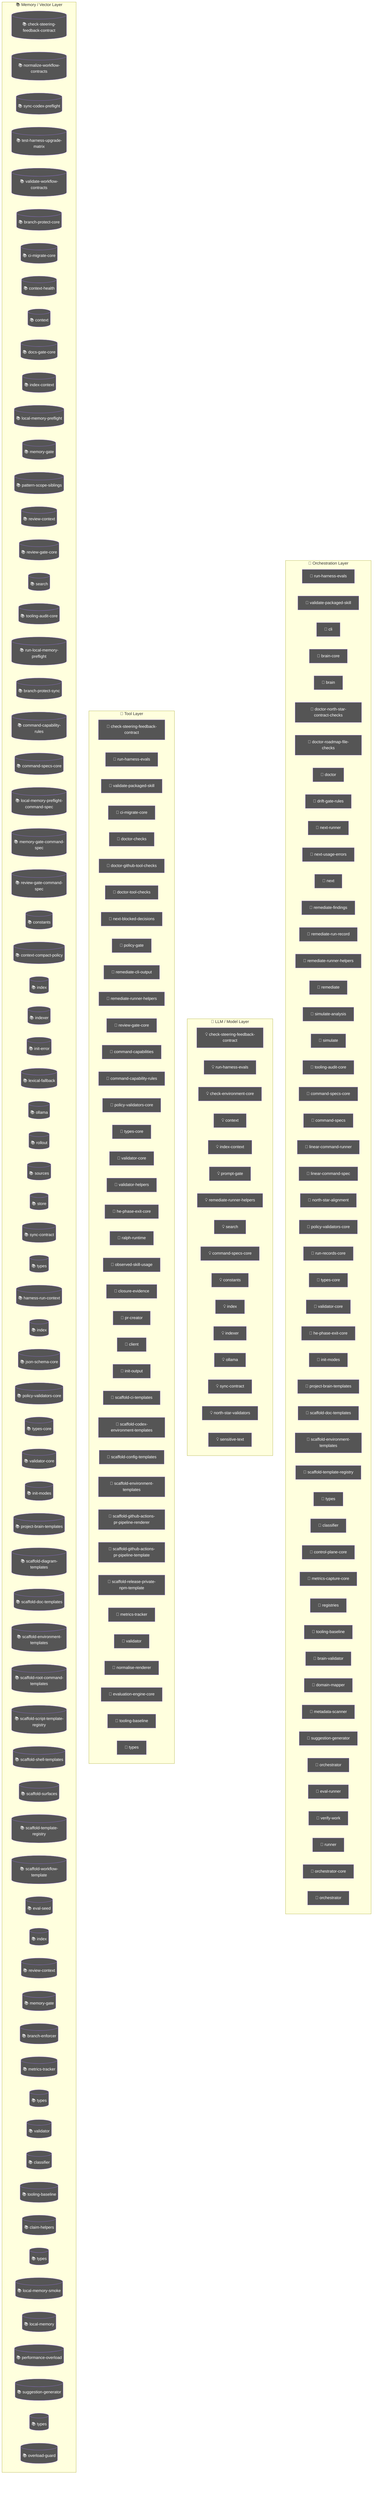
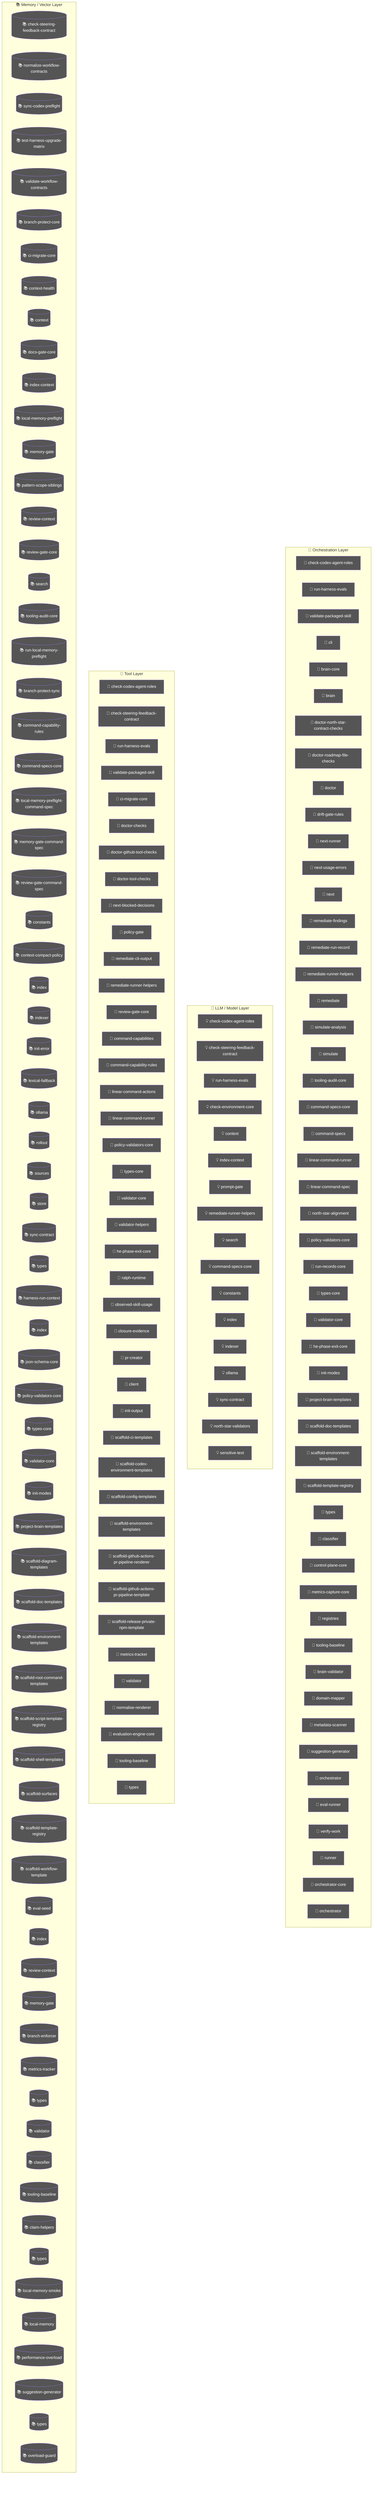
flowchart TD
  subgraph Orchestration["🎯 Orchestration Layer"]
+     node_agent_mmd_orchestration_layer_orchestration_chec_7a9f0b64["🤖 check-codex-agent-roles"]
    node_agent_mmd_orchestration_layer_orchestration_run__18817957["🤖 run-harness-evals"]
    node_agent_mmd_orchestration_layer_orchestration_vali_c01b04be["🤖 validate-packaged-skill"]
    cli_99bb8840["🤖 cli"]
    brain_core_aa07c380["🤖 brain-core"]
    brain_bbbf7a64["🤖 brain"]
    doctor_north_star_contract_checks_0048124c["🤖 doctor-north-star-contract-checks"]
    doctor_roadmap_file_checks_14447b8e["🤖 doctor-roadmap-file-checks"]
    doctor_72f4be89["🤖 doctor"]
    drift_gate_rules_9685e72d["🤖 drift-gate-rules"]
    next_runner_41643472["🤖 next-runner"]
    next_usage_errors_837a345a["🤖 next-usage-errors"]
    next_c6c1c9a9["🤖 next"]
    remediate_findings_8b09c8c6["🤖 remediate-findings"]
    remediate_run_record_9dfe5dc1["🤖 remediate-run-record"]
    node_agent_mmd_orchestration_layer_orchestration_reme_359fe98f["🤖 remediate-runner-helpers"]
    remediate_06b9c7fc["🤖 remediate"]
    simulate_analysis_164a460c["🤖 simulate-analysis"]
    simulate_b9efe395["🤖 simulate"]
    node_agent_mmd_orchestration_layer_orchestration_tool_acfe0c01["🤖 tooling-audit-core"]
    node_agent_mmd_orchestration_layer_orchestration_comm_1f8cc24c["🤖 command-specs-core"]
    command_specs_69167c63["🤖 command-specs"]
-     linear_command_runner_4a740dfc["🤖 linear-command-runner"]
+     node_agent_mmd_orchestration_layer_orchestration_line_b67affd5["🤖 linear-command-runner"]
    linear_command_spec_1e12dd44["🤖 linear-command-spec"]
    north_star_alignment_00440188["🤖 north-star-alignment"]
    node_agent_mmd_orchestration_layer_orchestration_poli_3270b55d["🤖 policy-validators-core"]
    run_records_core_89286dfa["🤖 run-records-core"]
    node_agent_mmd_orchestration_layer_orchestration_type_7cf81261["🤖 types-core"]
    node_agent_mmd_orchestration_layer_orchestration_vali_d9fe99e6["🤖 validator-core"]
    node_agent_mmd_orchestration_layer_orchestration_he_p_fc778c24["🤖 he-phase-exit-core"]
    node_agent_mmd_orchestration_layer_orchestration_init_2a9c3ecb["🤖 init-modes"]
    node_agent_mmd_orchestration_layer_orchestration_proj_6ab6f60f["🤖 project-brain-templates"]
    node_agent_mmd_orchestration_layer_orchestration_scaf_12cc07db["🤖 scaffold-doc-templates"]
    node_agent_mmd_orchestration_layer_orchestration_scaf_c9a90c2f["🤖 scaffold-environment-templates"]
    node_agent_mmd_orchestration_layer_orchestration_scaf_ff8f92f6["🤖 scaffold-template-registry"]
    types_8_f6283648["🤖 types"]
    node_agent_mmd_orchestration_layer_orchestration_clas_899b821a["🤖 classifier"]
    control_plane_core_db3b4cb2["🤖 control-plane-core"]
    metrics_capture_core_db4bf7cf["🤖 metrics-capture-core"]
    registries_06402afa["🤖 registries"]
    node_agent_mmd_orchestration_layer_orchestration_tool_cc43149f["🤖 tooling-baseline"]
    brain_validator_be251832["🤖 brain-validator"]
    domain_mapper_cd9333d2["🤖 domain-mapper"]
    metadata_scanner_6a101b66["🤖 metadata-scanner"]
    node_agent_mmd_orchestration_layer_orchestration_sugg_85c5ebe3["🤖 suggestion-generator"]
    orchestrator_11376b7e["🤖 orchestrator"]
    eval_runner_0966a6b3["🤖 eval-runner"]
    verify_work_1_cd8e7ec3["🤖 verify-work"]
    runner_527aa9f4["🤖 runner"]
    orchestrator_core_d0678b53["🤖 orchestrator-core"]
    orchestrator_1_6b7137c5["🤖 orchestrator"]
  end
  subgraph LLMLayer["🧠 LLM / Model Layer"]
+     node_agent_mmd_llm_model_layer_llmlayer_check_codex_a_29e7b7fa["💡 check-codex-agent-roles"]
    node_agent_mmd_llm_model_layer_llmlayer_check_steerin_a7dbbd2f["💡 check-steering-feedback-contract"]
    node_agent_mmd_llm_model_layer_llmlayer_run_harness_e_603fcfdc["💡 run-harness-evals"]
    check_environment_core_2c16213f["💡 check-environment-core"]
    node_agent_mmd_llm_model_layer_llmlayer_context_conte_ad2dfbd9["💡 context"]
    node_agent_mmd_llm_model_layer_llmlayer_index_context_1041bd11["💡 index-context"]
    prompt_gate_c5e9d207["💡 prompt-gate"]
    node_agent_mmd_llm_model_layer_llmlayer_remediate_run_9e3d4585["💡 remediate-runner-helpers"]
    node_agent_mmd_llm_model_layer_llmlayer_search_search_66b9a911["💡 search"]
    node_agent_mmd_llm_model_layer_llmlayer_command_specs_782af9fa["💡 command-specs-core"]
    node_agent_mmd_llm_model_layer_llmlayer_constants_con_c9bd3f6c["💡 constants"]
    node_agent_mmd_llm_model_layer_llmlayer_index_index_1_02e160ff["💡 index"]
    node_agent_mmd_llm_model_layer_llmlayer_indexer_index_4f4deef5["💡 indexer"]
    node_agent_mmd_llm_model_layer_llmlayer_ollama_ollama_968b23fa["💡 ollama"]
    node_agent_mmd_llm_model_layer_llmlayer_sync_contract_9f3cc8c1["💡 sync-contract"]
    north_star_validators_cfc926ce["💡 north-star-validators"]
    sensitive_text_7c11f760["💡 sensitive-text"]
  end
  subgraph ToolLayer["🔧 Tool Layer"]
+     node_agent_mmd_tool_layer_toollayer_check_codex_agent_4b361d5a["🔧 check-codex-agent-roles"]
    node_agent_mmd_tool_layer_toollayer_check_steering_fe_84ed22c2["🔧 check-steering-feedback-contract"]
    node_agent_mmd_tool_layer_toollayer_run_harness_evals_e2ee24f1["🔧 run-harness-evals"]
    node_agent_mmd_tool_layer_toollayer_validate_packaged_f6ed6f12["🔧 validate-packaged-skill"]
    node_agent_mmd_tool_layer_toollayer_ci_migrate_core_c_049f8460["🔧 ci-migrate-core"]
    doctor_checks_5a2eb2b9["🔧 doctor-checks"]
    doctor_github_tool_checks_a53b0382["🔧 doctor-github-tool-checks"]
    doctor_tool_checks_4acac51a["🔧 doctor-tool-checks"]
    next_blocked_decisions_4140ad2b["🔧 next-blocked-decisions"]
    policy_gate_213f7313["🔧 policy-gate"]
    remediate_cli_output_cc165396["🔧 remediate-cli-output"]
    node_agent_mmd_tool_layer_toollayer_remediate_runner__c003b871["🔧 remediate-runner-helpers"]
    node_agent_mmd_tool_layer_toollayer_review_gate_core__7704598b["🔧 review-gate-core"]
    command_capabilities_a4d5c71e["🔧 command-capabilities"]
    node_agent_mmd_tool_layer_toollayer_command_capabilit_e97a4615["🔧 command-capability-rules"]
+     linear_command_actions_e430f4f4["🔧 linear-command-actions"]
+     node_agent_mmd_tool_layer_toollayer_linear_command_ru_d6763748["🔧 linear-command-runner"]
    node_agent_mmd_tool_layer_toollayer_policy_validators_af136abf["🔧 policy-validators-core"]
    node_agent_mmd_tool_layer_toollayer_types_core_types__6c8319b6["🔧 types-core"]
    node_agent_mmd_tool_layer_toollayer_validator_core_va_6ef6131f["🔧 validator-core"]
    validator_helpers_7b927667["🔧 validator-helpers"]
    node_agent_mmd_tool_layer_toollayer_he_phase_exit_cor_af016160["🔧 he-phase-exit-core"]
    ralph_runtime_73d63c0e["🔧 ralph-runtime"]
    observed_skill_usage_ed7d5930["🔧 observed-skill-usage"]
    closure_evidence_aaa31467["🔧 closure-evidence"]
    pr_creator_dc6b1ea4["🔧 pr-creator"]
    client_948fe603["🔧 client"]
    init_output_360dce91["🔧 init-output"]
    scaffold_ci_templates_2afd6392["🔧 scaffold-ci-templates"]
    scaffold_codex_environment_templates_334fbbed["🔧 scaffold-codex-environment-templates"]
    scaffold_config_templates_4b80ce53["🔧 scaffold-config-templates"]
    node_agent_mmd_tool_layer_toollayer_scaffold_environm_c1afc013["🔧 scaffold-environment-templates"]
    scaffold_github_actions_pr_pipeline_renderer_1ee18de5["🔧 scaffold-github-actions-pr-pipeline-renderer"]
    scaffold_github_actions_pr_pipeline_template_e2b85f62["🔧 scaffold-github-actions-pr-pipeline-template"]
    scaffold_release_private_npm_template_075499f8["🔧 scaffold-release-private-npm-template"]
    node_agent_mmd_tool_layer_toollayer_metrics_tracker_m_4c9237d8["🔧 metrics-tracker"]
    node_agent_mmd_tool_layer_toollayer_validator_validat_96a84a52["🔧 validator"]
    normalise_renderer_85f2e563["🔧 normalise-renderer"]
    evaluation_engine_core_e054fe49["🔧 evaluation-engine-core"]
    node_agent_mmd_tool_layer_toollayer_tooling_baseline__61e66e9f["🔧 tooling-baseline"]
    types_21_5756f9dc["🔧 types"]
  end
  subgraph MemoryLayer["📚 Memory / Vector Layer"]
    node_agent_mmd_memory_vector_layer_memorylayer_check__d71f8993[("📚 check-steering-feedback-contract")]
    normalize_workflow_contracts_8701f1c8[("📚 normalize-workflow-contracts")]
    sync_codex_preflight_7e7a8dc2[("📚 sync-codex-preflight")]
    test_harness_upgrade_matrix_84113c4e[("📚 test-harness-upgrade-matrix")]
    validate_workflow_contracts_33dc063c[("📚 validate-workflow-contracts")]
    branch_protect_core_a8feb0fd[("📚 branch-protect-core")]
    node_agent_mmd_memory_vector_layer_memorylayer_ci_mig_0cd5b1a4[("📚 ci-migrate-core")]
    context_health_80bb7da9[("📚 context-health")]
    node_agent_mmd_memory_vector_layer_memorylayer_contex_78ceaaa9[("📚 context")]
    docs_gate_core_eb9b6c18[("📚 docs-gate-core")]
    node_agent_mmd_memory_vector_layer_memorylayer_index__6f3402d0[("📚 index-context")]
    local_memory_preflight_dcc36c42[("📚 local-memory-preflight")]
    memory_gate_a577a506[("📚 memory-gate")]
    pattern_scope_siblings_43abe000[("📚 pattern-scope-siblings")]
    review_context_ca6cf81d[("📚 review-context")]
    node_agent_mmd_memory_vector_layer_memorylayer_review_5bee9816[("📚 review-gate-core")]
    node_agent_mmd_memory_vector_layer_memorylayer_search_ac35cb7e[("📚 search")]
    node_agent_mmd_memory_vector_layer_memorylayer_toolin_a1185b8f[("📚 tooling-audit-core")]
    run_local_memory_preflight_36e92808[("📚 run-local-memory-preflight")]
    branch_protect_sync_570adb18[("📚 branch-protect-sync")]
    node_agent_mmd_memory_vector_layer_memorylayer_comman_c72a5d05[("📚 command-capability-rules")]
    node_agent_mmd_memory_vector_layer_memorylayer_comman_111eb454[("📚 command-specs-core")]
    local_memory_preflight_command_spec_9e23f3ce[("📚 local-memory-preflight-command-spec")]
    memory_gate_command_spec_dc9001a9[("📚 memory-gate-command-spec")]
    review_gate_command_spec_3187376a[("📚 review-gate-command-spec")]
    node_agent_mmd_memory_vector_layer_memorylayer_consta_702d3f46[("📚 constants")]
    context_compact_policy_3dcaf95d[("📚 context-compact-policy")]
    node_agent_mmd_memory_vector_layer_memorylayer_index__752bc61e[("📚 index")]
    node_agent_mmd_memory_vector_layer_memorylayer_indexe_93e6d86f[("📚 indexer")]
    init_error_5c7dd49f[("📚 init-error")]
    lexical_fallback_723e2b3e[("📚 lexical-fallback")]
    node_agent_mmd_memory_vector_layer_memorylayer_ollama_6d51be16[("📚 ollama")]
    rollout_a4fa034c[("📚 rollout")]
    sources_878a52fc[("📚 sources")]
    store_824d80d7[("📚 store")]
    node_agent_mmd_memory_vector_layer_memorylayer_sync_c_e43418bc[("📚 sync-contract")]
    types_3_9675d69b[("📚 types")]
    harness_run_context_ac7c77a9[("📚 harness-run-context")]
    index_1_faebc14e[("📚 index")]
    json_schema_core_96d7e328[("📚 json-schema-core")]
    node_agent_mmd_memory_vector_layer_memorylayer_policy_1944de42[("📚 policy-validators-core")]
    node_agent_mmd_memory_vector_layer_memorylayer_types__83f369fa[("📚 types-core")]
    node_agent_mmd_memory_vector_layer_memorylayer_valida_41034356[("📚 validator-core")]
    node_agent_mmd_memory_vector_layer_memorylayer_init_m_333d02c5[("📚 init-modes")]
    node_agent_mmd_memory_vector_layer_memorylayer_projec_3ae304d9[("📚 project-brain-templates")]
    scaffold_diagram_templates_dd88e83c[("📚 scaffold-diagram-templates")]
    node_agent_mmd_memory_vector_layer_memorylayer_scaffo_5fd73b94[("📚 scaffold-doc-templates")]
    node_agent_mmd_memory_vector_layer_memorylayer_scaffo_12b42341[("📚 scaffold-environment-templates")]
    scaffold_root_command_templates_404fed7f[("📚 scaffold-root-command-templates")]
    scaffold_script_template_registry_69312d4e[("📚 scaffold-script-template-registry")]
    scaffold_shell_templates_0ad0f915[("📚 scaffold-shell-templates")]
    scaffold_surfaces_12d6494e[("📚 scaffold-surfaces")]
    node_agent_mmd_memory_vector_layer_memorylayer_scaffo_a86eece1[("📚 scaffold-template-registry")]
    scaffold_workflow_template_92310587[("📚 scaffold-workflow-template")]
    eval_seed_5699fd3e[("📚 eval-seed")]
    index_4_013aa0e3[("📚 index")]
    review_context_1_e3afed15[("📚 review-context")]
    memory_gate_1_265164ac[("📚 memory-gate")]
    branch_enforcer_acb749cd[("📚 branch-enforcer")]
    node_agent_mmd_memory_vector_layer_memorylayer_metric_12562178[("📚 metrics-tracker")]
    types_10_75e5a4a0[("📚 types")]
    node_agent_mmd_memory_vector_layer_memorylayer_valida_1b167f63[("📚 validator")]
    node_agent_mmd_memory_vector_layer_memorylayer_classi_1ebbf5ff[("📚 classifier")]
    node_agent_mmd_memory_vector_layer_memorylayer_toolin_14f86b00[("📚 tooling-baseline")]
    claim_helpers_20dc8387[("📚 claim-helpers")]
    types_14_fe7507be[("📚 types")]
    local_memory_smoke_1175abfc[("📚 local-memory-smoke")]
    local_memory_0db17ecc[("📚 local-memory")]
    performance_overload_c685bfcf[("📚 performance-overload")]
    node_agent_mmd_memory_vector_layer_memorylayer_sugges_267f408d[("📚 suggestion-generator")]
    types_19_eb4ad5f0[("📚 types")]
    overload_guard_2748c559[("📚 overload-guard")]
  end
  classDef agentNode fill:#555,color:#fff
-   class node_agent_mmd_orchestration_layer_orchestration_run__18817957,node_agent_mmd_llm_model_layer_llmlayer_run_harness_e_603fcfdc,node_agent_mmd_tool_layer_toollayer_run_harness_evals_e2ee24f1,node_agent_mmd_orchestration_layer_orchestration_vali_c01b04be,node_agent_mmd_tool_layer_toollayer_validate_packaged_f6ed6f12,cli_99bb8840,brain_core_aa07c380,brain_bbbf7a64,doctor_north_star_contract_checks_0048124c,doctor_roadmap_file_checks_14447b8e,doctor_72f4be89,drift_gate_rules_9685e72d,next_runner_41643472,next_usage_errors_837a345a,next_c6c1c9a9,remediate_findings_8b09c8c6,remediate_run_record_9dfe5dc1,node_agent_mmd_orchestration_layer_orchestration_reme_359fe98f,node_agent_mmd_llm_model_layer_llmlayer_remediate_run_9e3d4585,node_agent_mmd_tool_layer_toollayer_remediate_runner__c003b871,remediate_06b9c7fc,simulate_analysis_164a460c,simulate_b9efe395,node_agent_mmd_orchestration_layer_orchestration_tool_acfe0c01,node_agent_mmd_memory_vector_layer_memorylayer_toolin_a1185b8f,node_agent_mmd_orchestration_layer_orchestration_comm_1f8cc24c,node_agent_mmd_llm_model_layer_llmlayer_command_specs_782af9fa,node_agent_mmd_memory_vector_layer_memorylayer_comman_111eb454,command_specs_69167c63,linear_command_runner_4a740dfc,linear_command_spec_1e12dd44,north_star_alignment_00440188,node_agent_mmd_orchestration_layer_orchestration_poli_3270b55d,node_agent_mmd_tool_layer_toollayer_policy_validators_af136abf,node_agent_mmd_memory_vector_layer_memorylayer_policy_1944de42,run_records_core_89286dfa,node_agent_mmd_orchestration_layer_orchestration_type_7cf81261,node_agent_mmd_tool_layer_toollayer_types_core_types__6c8319b6,node_agent_mmd_memory_vector_layer_memorylayer_types__83f369fa,node_agent_mmd_orchestration_layer_orchestration_vali_d9fe99e6,node_agent_mmd_tool_layer_toollayer_validator_core_va_6ef6131f,node_agent_mmd_memory_vector_layer_memorylayer_valida_41034356,node_agent_mmd_orchestration_layer_orchestration_he_p_fc778c24,node_agent_mmd_tool_layer_toollayer_he_phase_exit_cor_af016160,node_agent_mmd_orchestration_layer_orchestration_init_2a9c3ecb,node_agent_mmd_memory_vector_layer_memorylayer_init_m_333d02c5,node_agent_mmd_orchestration_layer_orchestration_proj_6ab6f60f,node_agent_mmd_memory_vector_layer_memorylayer_projec_3ae304d9,node_agent_mmd_orchestration_layer_orchestration_scaf_12cc07db,node_agent_mmd_memory_vector_layer_memorylayer_scaffo_5fd73b94,node_agent_mmd_orchestration_layer_orchestration_scaf_c9a90c2f,node_agent_mmd_tool_layer_toollayer_scaffold_environm_c1afc013,node_agent_mmd_memory_vector_layer_memorylayer_scaffo_12b42341,node_agent_mmd_orchestration_layer_orchestration_scaf_ff8f92f6,node_agent_mmd_memory_vector_layer_memorylayer_scaffo_a86eece1,types_8_f6283648,node_agent_mmd_orchestration_layer_orchestration_clas_899b821a,node_agent_mmd_memory_vector_layer_memorylayer_classi_1ebbf5ff,control_plane_core_db3b4cb2,metrics_capture_core_db4bf7cf,registries_06402afa,node_agent_mmd_orchestration_layer_orchestration_tool_cc43149f,node_agent_mmd_tool_layer_toollayer_tooling_baseline__61e66e9f,node_agent_mmd_memory_vector_layer_memorylayer_toolin_14f86b00,brain_validator_be251832,domain_mapper_cd9333d2,metadata_scanner_6a101b66,node_agent_mmd_orchestration_layer_orchestration_sugg_85c5ebe3,node_agent_mmd_memory_vector_layer_memorylayer_sugges_267f408d,orchestrator_11376b7e,eval_runner_0966a6b3,verify_work_1_cd8e7ec3,runner_527aa9f4,orchestrator_core_d0678b53,orchestrator_1_6b7137c5 agentNode
+   class node_agent_mmd_orchestration_layer_orchestration_chec_7a9f0b64,node_agent_mmd_llm_model_layer_llmlayer_check_codex_a_29e7b7fa,node_agent_mmd_tool_layer_toollayer_check_codex_agent_4b361d5a,node_agent_mmd_orchestration_layer_orchestration_run__18817957,node_agent_mmd_llm_model_layer_llmlayer_run_harness_e_603fcfdc,node_agent_mmd_tool_layer_toollayer_run_harness_evals_e2ee24f1,node_agent_mmd_orchestration_layer_orchestration_vali_c01b04be,node_agent_mmd_tool_layer_toollayer_validate_packaged_f6ed6f12,cli_99bb8840,brain_core_aa07c380,brain_bbbf7a64,doctor_north_star_contract_checks_0048124c,doctor_roadmap_file_checks_14447b8e,doctor_72f4be89,drift_gate_rules_9685e72d,next_runner_41643472,next_usage_errors_837a345a,next_c6c1c9a9,remediate_findings_8b09c8c6,remediate_run_record_9dfe5dc1,node_agent_mmd_orchestration_layer_orchestration_reme_359fe98f,node_agent_mmd_llm_model_layer_llmlayer_remediate_run_9e3d4585,node_agent_mmd_tool_layer_toollayer_remediate_runner__c003b871,remediate_06b9c7fc,simulate_analysis_164a460c,simulate_b9efe395,node_agent_mmd_orchestration_layer_orchestration_tool_acfe0c01,node_agent_mmd_memory_vector_layer_memorylayer_toolin_a1185b8f,node_agent_mmd_orchestration_layer_orchestration_comm_1f8cc24c,node_agent_mmd_llm_model_layer_llmlayer_command_specs_782af9fa,node_agent_mmd_memory_vector_layer_memorylayer_comman_111eb454,command_specs_69167c63,node_agent_mmd_orchestration_layer_orchestration_line_b67affd5,node_agent_mmd_tool_layer_toollayer_linear_command_ru_d6763748,linear_command_spec_1e12dd44,north_star_alignment_00440188,node_agent_mmd_orchestration_layer_orchestration_poli_3270b55d,node_agent_mmd_tool_layer_toollayer_policy_validators_af136abf,node_agent_mmd_memory_vector_layer_memorylayer_policy_1944de42,run_records_core_89286dfa,node_agent_mmd_orchestration_layer_orchestration_type_7cf81261,node_agent_mmd_tool_layer_toollayer_types_core_types__6c8319b6,node_agent_mmd_memory_vector_layer_memorylayer_types__83f369fa,node_agent_mmd_orchestration_layer_orchestration_vali_d9fe99e6,node_agent_mmd_tool_layer_toollayer_validator_core_va_6ef6131f,node_agent_mmd_memory_vector_layer_memorylayer_valida_41034356,node_agent_mmd_orchestration_layer_orchestration_he_p_fc778c24,node_agent_mmd_tool_layer_toollayer_he_phase_exit_cor_af016160,node_agent_mmd_orchestration_layer_orchestration_init_2a9c3ecb,node_agent_mmd_memory_vector_layer_memorylayer_init_m_333d02c5,node_agent_mmd_orchestration_layer_orchestration_proj_6ab6f60f,node_agent_mmd_memory_vector_layer_memorylayer_projec_3ae304d9,node_agent_mmd_orchestration_layer_orchestration_scaf_12cc07db,node_agent_mmd_memory_vector_layer_memorylayer_scaffo_5fd73b94,node_agent_mmd_orchestration_layer_orchestration_scaf_c9a90c2f,node_agent_mmd_tool_layer_toollayer_scaffold_environm_c1afc013,node_agent_mmd_memory_vector_layer_memorylayer_scaffo_12b42341,node_agent_mmd_orchestration_layer_orchestration_scaf_ff8f92f6,node_agent_mmd_memory_vector_layer_memorylayer_scaffo_a86eece1,types_8_f6283648,node_agent_mmd_orchestration_layer_orchestration_clas_899b821a,node_agent_mmd_memory_vector_layer_memorylayer_classi_1ebbf5ff,control_plane_core_db3b4cb2,metrics_capture_core_db4bf7cf,registries_06402afa,node_agent_mmd_orchestration_layer_orchestration_tool_cc43149f,node_agent_mmd_tool_layer_toollayer_tooling_baseline__61e66e9f,node_agent_mmd_memory_vector_layer_memorylayer_toolin_14f86b00,brain_validator_be251832,domain_mapper_cd9333d2,metadata_scanner_6a101b66,node_agent_mmd_orchestration_layer_orchestration_sugg_85c5ebe3,node_agent_mmd_memory_vector_layer_memorylayer_sugges_267f408d,orchestrator_11376b7e,eval_runner_0966a6b3,verify_work_1_cd8e7ec3,runner_527aa9f4,orchestrator_core_d0678b53,orchestrator_1_6b7137c5 agentNode
  classDef llmNode fill:#555,color:#fff
-   class node_agent_mmd_llm_model_layer_llmlayer_check_steerin_a7dbbd2f,node_agent_mmd_tool_layer_toollayer_check_steering_fe_84ed22c2,node_agent_mmd_memory_vector_layer_memorylayer_check__d71f8993,node_agent_mmd_orchestration_layer_orchestration_run__18817957,node_agent_mmd_llm_model_layer_llmlayer_run_harness_e_603fcfdc,node_agent_mmd_tool_layer_toollayer_run_harness_evals_e2ee24f1,check_environment_core_2c16213f,node_agent_mmd_llm_model_layer_llmlayer_context_conte_ad2dfbd9,node_agent_mmd_memory_vector_layer_memorylayer_contex_78ceaaa9,node_agent_mmd_llm_model_layer_llmlayer_index_context_1041bd11,node_agent_mmd_memory_vector_layer_memorylayer_index__6f3402d0,prompt_gate_c5e9d207,node_agent_mmd_orchestration_layer_orchestration_reme_359fe98f,node_agent_mmd_llm_model_layer_llmlayer_remediate_run_9e3d4585,node_agent_mmd_tool_layer_toollayer_remediate_runner__c003b871,node_agent_mmd_llm_model_layer_llmlayer_search_search_66b9a911,node_agent_mmd_memory_vector_layer_memorylayer_search_ac35cb7e,node_agent_mmd_orchestration_layer_orchestration_comm_1f8cc24c,node_agent_mmd_llm_model_layer_llmlayer_command_specs_782af9fa,node_agent_mmd_memory_vector_layer_memorylayer_comman_111eb454,node_agent_mmd_llm_model_layer_llmlayer_constants_con_c9bd3f6c,node_agent_mmd_memory_vector_layer_memorylayer_consta_702d3f46,node_agent_mmd_llm_model_layer_llmlayer_index_index_1_02e160ff,node_agent_mmd_memory_vector_layer_memorylayer_index__752bc61e,node_agent_mmd_llm_model_layer_llmlayer_indexer_index_4f4deef5,node_agent_mmd_memory_vector_layer_memorylayer_indexe_93e6d86f,node_agent_mmd_llm_model_layer_llmlayer_ollama_ollama_968b23fa,node_agent_mmd_memory_vector_layer_memorylayer_ollama_6d51be16,node_agent_mmd_llm_model_layer_llmlayer_sync_contract_9f3cc8c1,node_agent_mmd_memory_vector_layer_memorylayer_sync_c_e43418bc,north_star_validators_cfc926ce,sensitive_text_7c11f760 llmNode
+   class node_agent_mmd_orchestration_layer_orchestration_chec_7a9f0b64,node_agent_mmd_llm_model_layer_llmlayer_check_codex_a_29e7b7fa,node_agent_mmd_tool_layer_toollayer_check_codex_agent_4b361d5a,node_agent_mmd_llm_model_layer_llmlayer_check_steerin_a7dbbd2f,node_agent_mmd_tool_layer_toollayer_check_steering_fe_84ed22c2,node_agent_mmd_memory_vector_layer_memorylayer_check__d71f8993,node_agent_mmd_orchestration_layer_orchestration_run__18817957,node_agent_mmd_llm_model_layer_llmlayer_run_harness_e_603fcfdc,node_agent_mmd_tool_layer_toollayer_run_harness_evals_e2ee24f1,check_environment_core_2c16213f,node_agent_mmd_llm_model_layer_llmlayer_context_conte_ad2dfbd9,node_agent_mmd_memory_vector_layer_memorylayer_contex_78ceaaa9,node_agent_mmd_llm_model_layer_llmlayer_index_context_1041bd11,node_agent_mmd_memory_vector_layer_memorylayer_index__6f3402d0,prompt_gate_c5e9d207,node_agent_mmd_orchestration_layer_orchestration_reme_359fe98f,node_agent_mmd_llm_model_layer_llmlayer_remediate_run_9e3d4585,node_agent_mmd_tool_layer_toollayer_remediate_runner__c003b871,node_agent_mmd_llm_model_layer_llmlayer_search_search_66b9a911,node_agent_mmd_memory_vector_layer_memorylayer_search_ac35cb7e,node_agent_mmd_orchestration_layer_orchestration_comm_1f8cc24c,node_agent_mmd_llm_model_layer_llmlayer_command_specs_782af9fa,node_agent_mmd_memory_vector_layer_memorylayer_comman_111eb454,node_agent_mmd_llm_model_layer_llmlayer_constants_con_c9bd3f6c,node_agent_mmd_memory_vector_layer_memorylayer_consta_702d3f46,node_agent_mmd_llm_model_layer_llmlayer_index_index_1_02e160ff,node_agent_mmd_memory_vector_layer_memorylayer_index__752bc61e,node_agent_mmd_llm_model_layer_llmlayer_indexer_index_4f4deef5,node_agent_mmd_memory_vector_layer_memorylayer_indexe_93e6d86f,node_agent_mmd_llm_model_layer_llmlayer_ollama_ollama_968b23fa,node_agent_mmd_memory_vector_layer_memorylayer_ollama_6d51be16,node_agent_mmd_llm_model_layer_llmlayer_sync_contract_9f3cc8c1,node_agent_mmd_memory_vector_layer_memorylayer_sync_c_e43418bc,north_star_validators_cfc926ce,sensitive_text_7c11f760 llmNode
  classDef toolNode fill:#555,color:#fff
-   class node_agent_mmd_llm_model_layer_llmlayer_check_steerin_a7dbbd2f,node_agent_mmd_tool_layer_toollayer_check_steering_fe_84ed22c2,node_agent_mmd_memory_vector_layer_memorylayer_check__d71f8993,node_agent_mmd_orchestration_layer_orchestration_run__18817957,node_agent_mmd_llm_model_layer_llmlayer_run_harness_e_603fcfdc,node_agent_mmd_tool_layer_toollayer_run_harness_evals_e2ee24f1,node_agent_mmd_orchestration_layer_orchestration_vali_c01b04be,node_agent_mmd_tool_layer_toollayer_validate_packaged_f6ed6f12,node_agent_mmd_tool_layer_toollayer_ci_migrate_core_c_049f8460,node_agent_mmd_memory_vector_layer_memorylayer_ci_mig_0cd5b1a4,doctor_checks_5a2eb2b9,doctor_github_tool_checks_a53b0382,doctor_tool_checks_4acac51a,next_blocked_decisions_4140ad2b,policy_gate_213f7313,remediate_cli_output_cc165396,node_agent_mmd_orchestration_layer_orchestration_reme_359fe98f,node_agent_mmd_llm_model_layer_llmlayer_remediate_run_9e3d4585,node_agent_mmd_tool_layer_toollayer_remediate_runner__c003b871,node_agent_mmd_tool_layer_toollayer_review_gate_core__7704598b,node_agent_mmd_memory_vector_layer_memorylayer_review_5bee9816,command_capabilities_a4d5c71e,node_agent_mmd_tool_layer_toollayer_command_capabilit_e97a4615,node_agent_mmd_memory_vector_layer_memorylayer_comman_c72a5d05,node_agent_mmd_orchestration_layer_orchestration_poli_3270b55d,node_agent_mmd_tool_layer_toollayer_policy_validators_af136abf,node_agent_mmd_memory_vector_layer_memorylayer_policy_1944de42,node_agent_mmd_orchestration_layer_orchestration_type_7cf81261,node_agent_mmd_tool_layer_toollayer_types_core_types__6c8319b6,node_agent_mmd_memory_vector_layer_memorylayer_types__83f369fa,node_agent_mmd_orchestration_layer_orchestration_vali_d9fe99e6,node_agent_mmd_tool_layer_toollayer_validator_core_va_6ef6131f,node_agent_mmd_memory_vector_layer_memorylayer_valida_41034356,validator_helpers_7b927667,node_agent_mmd_orchestration_layer_orchestration_he_p_fc778c24,node_agent_mmd_tool_layer_toollayer_he_phase_exit_cor_af016160,ralph_runtime_73d63c0e,observed_skill_usage_ed7d5930,closure_evidence_aaa31467,pr_creator_dc6b1ea4,client_948fe603,init_output_360dce91,scaffold_ci_templates_2afd6392,scaffold_codex_environment_templates_334fbbed,scaffold_config_templates_4b80ce53,node_agent_mmd_orchestration_layer_orchestration_scaf_c9a90c2f,node_agent_mmd_tool_layer_toollayer_scaffold_environm_c1afc013,node_agent_mmd_memory_vector_layer_memorylayer_scaffo_12b42341,scaffold_github_actions_pr_pipeline_renderer_1ee18de5,scaffold_github_actions_pr_pipeline_template_e2b85f62,scaffold_release_private_npm_template_075499f8,node_agent_mmd_tool_layer_toollayer_metrics_tracker_m_4c9237d8,node_agent_mmd_memory_vector_layer_memorylayer_metric_12562178,node_agent_mmd_tool_layer_toollayer_validator_validat_96a84a52,node_agent_mmd_memory_vector_layer_memorylayer_valida_1b167f63,normalise_renderer_85f2e563,evaluation_engine_core_e054fe49,node_agent_mmd_orchestration_layer_orchestration_tool_cc43149f,node_agent_mmd_tool_layer_toollayer_tooling_baseline__61e66e9f,node_agent_mmd_memory_vector_layer_memorylayer_toolin_14f86b00,types_21_5756f9dc toolNode
+   class node_agent_mmd_orchestration_layer_orchestration_chec_7a9f0b64,node_agent_mmd_llm_model_layer_llmlayer_check_codex_a_29e7b7fa,node_agent_mmd_tool_layer_toollayer_check_codex_agent_4b361d5a,node_agent_mmd_llm_model_layer_llmlayer_check_steerin_a7dbbd2f,node_agent_mmd_tool_layer_toollayer_check_steering_fe_84ed22c2,node_agent_mmd_memory_vector_layer_memorylayer_check__d71f8993,node_agent_mmd_orchestration_layer_orchestration_run__18817957,node_agent_mmd_llm_model_layer_llmlayer_run_harness_e_603fcfdc,node_agent_mmd_tool_layer_toollayer_run_harness_evals_e2ee24f1,node_agent_mmd_orchestration_layer_orchestration_vali_c01b04be,node_agent_mmd_tool_layer_toollayer_validate_packaged_f6ed6f12,node_agent_mmd_tool_layer_toollayer_ci_migrate_core_c_049f8460,node_agent_mmd_memory_vector_layer_memorylayer_ci_mig_0cd5b1a4,doctor_checks_5a2eb2b9,doctor_github_tool_checks_a53b0382,doctor_tool_checks_4acac51a,next_blocked_decisions_4140ad2b,policy_gate_213f7313,remediate_cli_output_cc165396,node_agent_mmd_orchestration_layer_orchestration_reme_359fe98f,node_agent_mmd_llm_model_layer_llmlayer_remediate_run_9e3d4585,node_agent_mmd_tool_layer_toollayer_remediate_runner__c003b871,node_agent_mmd_tool_layer_toollayer_review_gate_core__7704598b,node_agent_mmd_memory_vector_layer_memorylayer_review_5bee9816,command_capabilities_a4d5c71e,node_agent_mmd_tool_layer_toollayer_command_capabilit_e97a4615,node_agent_mmd_memory_vector_layer_memorylayer_comman_c72a5d05,linear_command_actions_e430f4f4,node_agent_mmd_orchestration_layer_orchestration_line_b67affd5,node_agent_mmd_tool_layer_toollayer_linear_command_ru_d6763748,node_agent_mmd_orchestration_layer_orchestration_poli_3270b55d,node_agent_mmd_tool_layer_toollayer_policy_validators_af136abf,node_agent_mmd_memory_vector_layer_memorylayer_policy_1944de42,node_agent_mmd_orchestration_layer_orchestration_type_7cf81261,node_agent_mmd_tool_layer_toollayer_types_core_types__6c8319b6,node_agent_mmd_memory_vector_layer_memorylayer_types__83f369fa,node_agent_mmd_orchestration_layer_orchestration_vali_d9fe99e6,node_agent_mmd_tool_layer_toollayer_validator_core_va_6ef6131f,node_agent_mmd_memory_vector_layer_memorylayer_valida_41034356,validator_helpers_7b927667,node_agent_mmd_orchestration_layer_orchestration_he_p_fc778c24,node_agent_mmd_tool_layer_toollayer_he_phase_exit_cor_af016160,ralph_runtime_73d63c0e,observed_skill_usage_ed7d5930,closure_evidence_aaa31467,pr_creator_dc6b1ea4,client_948fe603,init_output_360dce91,scaffold_ci_templates_2afd6392,scaffold_codex_environment_templates_334fbbed,scaffold_config_templates_4b80ce53,node_agent_mmd_orchestration_layer_orchestration_scaf_c9a90c2f,node_agent_mmd_tool_layer_toollayer_scaffold_environm_c1afc013,node_agent_mmd_memory_vector_layer_memorylayer_scaffo_12b42341,scaffold_github_actions_pr_pipeline_renderer_1ee18de5,scaffold_github_actions_pr_pipeline_template_e2b85f62,scaffold_release_private_npm_template_075499f8,node_agent_mmd_tool_layer_toollayer_metrics_tracker_m_4c9237d8,node_agent_mmd_memory_vector_layer_memorylayer_metric_12562178,node_agent_mmd_tool_layer_toollayer_validator_validat_96a84a52,node_agent_mmd_memory_vector_layer_memorylayer_valida_1b167f63,normalise_renderer_85f2e563,evaluation_engine_core_e054fe49,node_agent_mmd_orchestration_layer_orchestration_tool_cc43149f,node_agent_mmd_tool_layer_toollayer_tooling_baseline__61e66e9f,node_agent_mmd_memory_vector_layer_memorylayer_toolin_14f86b00,types_21_5756f9dc toolNode
  classDef memNode fill:#555,color:#fff
  class node_agent_mmd_llm_model_layer_llmlayer_check_steerin_a7dbbd2f,node_agent_mmd_tool_layer_toollayer_check_steering_fe_84ed22c2,node_agent_mmd_memory_vector_layer_memorylayer_check__d71f8993,normalize_workflow_contracts_8701f1c8,sync_codex_preflight_7e7a8dc2,test_harness_upgrade_matrix_84113c4e,validate_workflow_contracts_33dc063c,branch_protect_core_a8feb0fd,node_agent_mmd_tool_layer_toollayer_ci_migrate_core_c_049f8460,node_agent_mmd_memory_vector_layer_memorylayer_ci_mig_0cd5b1a4,context_health_80bb7da9,node_agent_mmd_llm_model_layer_llmlayer_context_conte_ad2dfbd9,node_agent_mmd_memory_vector_layer_memorylayer_contex_78ceaaa9,docs_gate_core_eb9b6c18,node_agent_mmd_llm_model_layer_llmlayer_index_context_1041bd11,node_agent_mmd_memory_vector_layer_memorylayer_index__6f3402d0,local_memory_preflight_dcc36c42,memory_gate_a577a506,pattern_scope_siblings_43abe000,review_context_ca6cf81d,node_agent_mmd_tool_layer_toollayer_review_gate_core__7704598b,node_agent_mmd_memory_vector_layer_memorylayer_review_5bee9816,node_agent_mmd_llm_model_layer_llmlayer_search_search_66b9a911,node_agent_mmd_memory_vector_layer_memorylayer_search_ac35cb7e,node_agent_mmd_orchestration_layer_orchestration_tool_acfe0c01,node_agent_mmd_memory_vector_layer_memorylayer_toolin_a1185b8f,run_local_memory_preflight_36e92808,branch_protect_sync_570adb18,node_agent_mmd_tool_layer_toollayer_command_capabilit_e97a4615,node_agent_mmd_memory_vector_layer_memorylayer_comman_c72a5d05,node_agent_mmd_orchestration_layer_orchestration_comm_1f8cc24c,node_agent_mmd_llm_model_layer_llmlayer_command_specs_782af9fa,node_agent_mmd_memory_vector_layer_memorylayer_comman_111eb454,local_memory_preflight_command_spec_9e23f3ce,memory_gate_command_spec_dc9001a9,review_gate_command_spec_3187376a,node_agent_mmd_llm_model_layer_llmlayer_constants_con_c9bd3f6c,node_agent_mmd_memory_vector_layer_memorylayer_consta_702d3f46,context_compact_policy_3dcaf95d,node_agent_mmd_llm_model_layer_llmlayer_index_index_1_02e160ff,node_agent_mmd_memory_vector_layer_memorylayer_index__752bc61e,node_agent_mmd_llm_model_layer_llmlayer_indexer_index_4f4deef5,node_agent_mmd_memory_vector_layer_memorylayer_indexe_93e6d86f,init_error_5c7dd49f,lexical_fallback_723e2b3e,node_agent_mmd_llm_model_layer_llmlayer_ollama_ollama_968b23fa,node_agent_mmd_memory_vector_layer_memorylayer_ollama_6d51be16,rollout_a4fa034c,sources_878a52fc,store_824d80d7,node_agent_mmd_llm_model_layer_llmlayer_sync_contract_9f3cc8c1,node_agent_mmd_memory_vector_layer_memorylayer_sync_c_e43418bc,types_3_9675d69b,harness_run_context_ac7c77a9,index_1_faebc14e,json_schema_core_96d7e328,node_agent_mmd_orchestration_layer_orchestration_poli_3270b55d,node_agent_mmd_tool_layer_toollayer_policy_validators_af136abf,node_agent_mmd_memory_vector_layer_memorylayer_policy_1944de42,node_agent_mmd_orchestration_layer_orchestration_type_7cf81261,node_agent_mmd_tool_layer_toollayer_types_core_types__6c8319b6,node_agent_mmd_memory_vector_layer_memorylayer_types__83f369fa,node_agent_mmd_orchestration_layer_orchestration_vali_d9fe99e6,node_agent_mmd_tool_layer_toollayer_validator_core_va_6ef6131f,node_agent_mmd_memory_vector_layer_memorylayer_valida_41034356,node_agent_mmd_orchestration_layer_orchestration_init_2a9c3ecb,node_agent_mmd_memory_vector_layer_memorylayer_init_m_333d02c5,node_agent_mmd_orchestration_layer_orchestration_proj_6ab6f60f,node_agent_mmd_memory_vector_layer_memorylayer_projec_3ae304d9,scaffold_diagram_templates_dd88e83c,node_agent_mmd_orchestration_layer_orchestration_scaf_12cc07db,node_agent_mmd_memory_vector_layer_memorylayer_scaffo_5fd73b94,node_agent_mmd_orchestration_layer_orchestration_scaf_c9a90c2f,node_agent_mmd_tool_layer_toollayer_scaffold_environm_c1afc013,node_agent_mmd_memory_vector_layer_memorylayer_scaffo_12b42341,scaffold_root_command_templates_404fed7f,scaffold_script_template_registry_69312d4e,scaffold_shell_templates_0ad0f915,scaffold_surfaces_12d6494e,node_agent_mmd_orchestration_layer_orchestration_scaf_ff8f92f6,node_agent_mmd_memory_vector_layer_memorylayer_scaffo_a86eece1,scaffold_workflow_template_92310587,eval_seed_5699fd3e,index_4_013aa0e3,review_context_1_e3afed15,memory_gate_1_265164ac,branch_enforcer_acb749cd,node_agent_mmd_tool_layer_toollayer_metrics_tracker_m_4c9237d8,node_agent_mmd_memory_vector_layer_memorylayer_metric_12562178,types_10_75e5a4a0,node_agent_mmd_tool_layer_toollayer_validator_validat_96a84a52,node_agent_mmd_memory_vector_layer_memorylayer_valida_1b167f63,node_agent_mmd_orchestration_layer_orchestration_clas_899b821a,node_agent_mmd_memory_vector_layer_memorylayer_classi_1ebbf5ff,node_agent_mmd_orchestration_layer_orchestration_tool_cc43149f,node_agent_mmd_tool_layer_toollayer_tooling_baseline__61e66e9f,node_agent_mmd_memory_vector_layer_memorylayer_toolin_14f86b00,claim_helpers_20dc8387,types_14_fe7507be,local_memory_smoke_1175abfc,local_memory_0db17ecc,performance_overload_c685bfcf,node_agent_mmd_orchestration_layer_orchestration_sugg_85c5ebe3,node_agent_mmd_memory_vector_layer_memorylayer_sugges_267f408d,types_19_eb4ad5f0,overload_guard_2748c559 memNode
